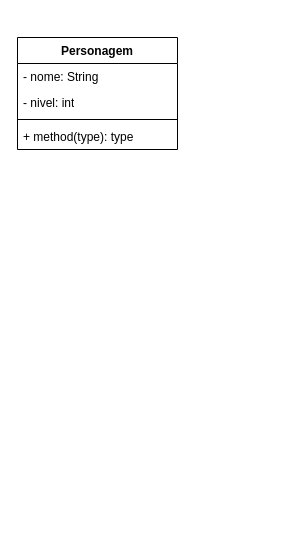
Before: Diagrama sem nome.drawio in RamonTurek/situacao_alunos, a draw.io diagram. Source tidied: cells renumbered, new cells numbered last; positions are measured from the earlier drawing's top-left corner, leaving out a move shared by most shapes. Both pictures are drawn from the tidied source at 100%, with x=0, y=0 at pixel (17, 37).
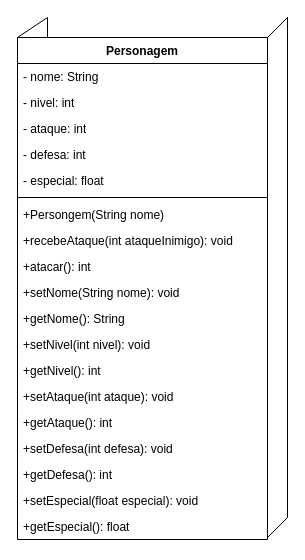
Above is the later version.

Commit message:
Diagrama_peeronagem

Change to the diagram source:
```diff
@@
     <mxCell id="2" value="Personagem" style="swimlane;fontStyle=1;align=center;verticalAlign=top;horizontal=1;startSize=26;whiteSpace=wrap;html=1;" parent="1" vertex="1">
-      <mxGeometry width="160" height="112" as="geometry" />
+      <mxGeometry width="250" height="502" as="geometry" />
     </mxCell>
     <mxCell id="3" value="&lt;div style=&quot;text-align: justify;&quot;&gt;&lt;span style=&quot;background-color: initial;&quot;&gt;- nome: String&lt;/span&gt;&lt;/div&gt;" style="text;strokeColor=none;fillColor=none;align=left;verticalAlign=top;spacingLeft=4;spacingRight=4;overflow=hidden;whiteSpace=wrap;html=1;" parent="2" vertex="1">
-      <mxGeometry y="26" width="160" height="26" as="geometry" />
+      <mxGeometry y="26" width="250" height="26" as="geometry" />
     </mxCell>
     <mxCell id="4" value="- nivel: int" style="text;strokeColor=none;fillColor=none;align=left;verticalAlign=top;spacingLeft=4;spacingRight=4;overflow=hidden;whiteSpace=wrap;html=1;" parent="2" vertex="1">
-      <mxGeometry y="52" width="160" height="26" as="geometry" />
+      <mxGeometry y="52" width="250" height="26" as="geometry" />
     </mxCell>
+    <mxCell id="7" value="- ataque: int" style="text;strokeColor=none;fillColor=none;align=left;verticalAlign=top;spacingLeft=4;spacingRight=4;overflow=hidden;whiteSpace=wrap;html=1;" parent="2" vertex="1">
+      <mxGeometry y="78" width="250" height="26" as="geometry" />
+    </mxCell>
+    <mxCell id="8" value="- defesa: int" style="text;strokeColor=none;fillColor=none;align=left;verticalAlign=top;spacingLeft=4;spacingRight=4;overflow=hidden;whiteSpace=wrap;html=1;" parent="2" vertex="1">
+      <mxGeometry y="104" width="250" height="26" as="geometry" />
+    </mxCell>
+    <mxCell id="9" value="- especial: float" style="text;strokeColor=none;fillColor=none;align=left;verticalAlign=top;spacingLeft=4;spacingRight=4;overflow=hidden;whiteSpace=wrap;html=1;" parent="2" vertex="1">
+      <mxGeometry y="130" width="250" height="26" as="geometry" />
+    </mxCell>
     <mxCell id="5" style="line;strokeWidth=1;fillColor=none;align=left;verticalAlign=middle;spacingTop=-1;spacingLeft=3;spacingRight=3;labelPosition=right;strokeColor=inherit;" parent="2" vertex="1">
-      <mxGeometry y="78" width="160" height="8" as="geometry" />
+      <mxGeometry y="156" width="250" height="8" as="geometry" />
     </mxCell>
-    <mxCell id="6" value="+ method(type): type" style="text;strokeColor=none;fillColor=none;align=left;verticalAlign=top;spacingLeft=4;spacingRight=4;overflow=hidden;whiteSpace=wrap;html=1;" parent="2" vertex="1">
-      <mxGeometry y="86" width="160" height="26" as="geometry" />
+    <mxCell id="6" value="+Persongem(String nome)" style="text;strokeColor=none;fillColor=none;align=left;verticalAlign=top;spacingLeft=4;spacingRight=4;overflow=hidden;whiteSpace=wrap;html=1;" parent="2" vertex="1">
+      <mxGeometry y="164" width="250" height="26" as="geometry" />
     </mxCell>
+    <mxCell id="10" value="+recebeAtaque(int ataqueInimigo): void" style="text;strokeColor=none;fillColor=none;align=left;verticalAlign=top;spacingLeft=4;spacingRight=4;overflow=hidden;whiteSpace=wrap;html=1;" parent="2" vertex="1">
+      <mxGeometry y="190" width="250" height="26" as="geometry" />
+    </mxCell>
+    <mxCell id="11" value="+atacar(): int" style="text;strokeColor=none;fillColor=none;align=left;verticalAlign=top;spacingLeft=4;spacingRight=4;overflow=hidden;whiteSpace=wrap;html=1;" parent="2" vertex="1">
+      <mxGeometry y="216" width="250" height="26" as="geometry" />
+    </mxCell>
+    <mxCell id="12" value="+setNome(String nome): void" style="text;strokeColor=none;fillColor=none;align=left;verticalAlign=top;spacingLeft=4;spacingRight=4;overflow=hidden;whiteSpace=wrap;html=1;" parent="2" vertex="1">
+      <mxGeometry y="242" width="250" height="26" as="geometry" />
+    </mxCell>
+    <mxCell id="13" value="+getNome(): String" style="text;strokeColor=none;fillColor=none;align=left;verticalAlign=top;spacingLeft=4;spacingRight=4;overflow=hidden;whiteSpace=wrap;html=1;" parent="2" vertex="1">
+      <mxGeometry y="268" width="250" height="26" as="geometry" />
+    </mxCell>
+    <mxCell id="14" value="+setNivel(int nivel): void" style="text;strokeColor=none;fillColor=none;align=left;verticalAlign=top;spacingLeft=4;spacingRight=4;overflow=hidden;whiteSpace=wrap;html=1;" parent="2" vertex="1">
+      <mxGeometry y="294" width="250" height="26" as="geometry" />
+    </mxCell>
+    <mxCell id="15" value="+getNivel(): int" style="text;strokeColor=none;fillColor=none;align=left;verticalAlign=top;spacingLeft=4;spacingRight=4;overflow=hidden;whiteSpace=wrap;html=1;" parent="2" vertex="1">
+      <mxGeometry y="320" width="250" height="26" as="geometry" />
+    </mxCell>
+    <mxCell id="16" value="+setAtaque(int ataque): void" style="text;strokeColor=none;fillColor=none;align=left;verticalAlign=top;spacingLeft=4;spacingRight=4;overflow=hidden;whiteSpace=wrap;html=1;" parent="2" vertex="1">
+      <mxGeometry y="346" width="250" height="26" as="geometry" />
+    </mxCell>
+    <mxCell id="17" value="+getAtaque(): int" style="text;strokeColor=none;fillColor=none;align=left;verticalAlign=top;spacingLeft=4;spacingRight=4;overflow=hidden;whiteSpace=wrap;html=1;" parent="2" vertex="1">
+      <mxGeometry y="372" width="250" height="26" as="geometry" />
+    </mxCell>
+    <mxCell id="18" value="+setDefesa(int defesa): void" style="text;strokeColor=none;fillColor=none;align=left;verticalAlign=top;spacingLeft=4;spacingRight=4;overflow=hidden;whiteSpace=wrap;html=1;" parent="2" vertex="1">
+      <mxGeometry y="398" width="250" height="26" as="geometry" />
+    </mxCell>
+    <mxCell id="19" value="+getDefesa(): int" style="text;strokeColor=none;fillColor=none;align=left;verticalAlign=top;spacingLeft=4;spacingRight=4;overflow=hidden;whiteSpace=wrap;html=1;" parent="2" vertex="1">
+      <mxGeometry y="424" width="250" height="26" as="geometry" />
+    </mxCell>
+    <mxCell id="20" value="+setEspecial(float especial): void" style="text;strokeColor=none;fillColor=none;align=left;verticalAlign=top;spacingLeft=4;spacingRight=4;overflow=hidden;whiteSpace=wrap;html=1;" parent="2" vertex="1">
+      <mxGeometry y="450" width="250" height="26" as="geometry" />
+    </mxCell>
+    <mxCell id="21" value="+getEspecial(): float" style="text;strokeColor=none;fillColor=none;align=left;verticalAlign=top;spacingLeft=4;spacingRight=4;overflow=hidden;whiteSpace=wrap;html=1;" parent="2" vertex="1">
+      <mxGeometry y="476" width="250" height="26" as="geometry" />
+    </mxCell>
+    <mxCell id="22" style="verticalAlign=top;align=left;spacingTop=8;spacingLeft=2;spacingRight=12;shape=cube;size=20;direction=south;fontStyle=4;html=1;whiteSpace=wrap;" parent="1" vertex="1">
+      <mxGeometry x="250" y="-20" width="20" height="520" as="geometry" />
+    </mxCell>
+    <mxCell id="23" style="shape=manualInput;whiteSpace=wrap;html=1;" parent="1" vertex="1">
+      <mxGeometry y="-20" width="30" height="20" as="geometry" />
+    </mxCell>
```
